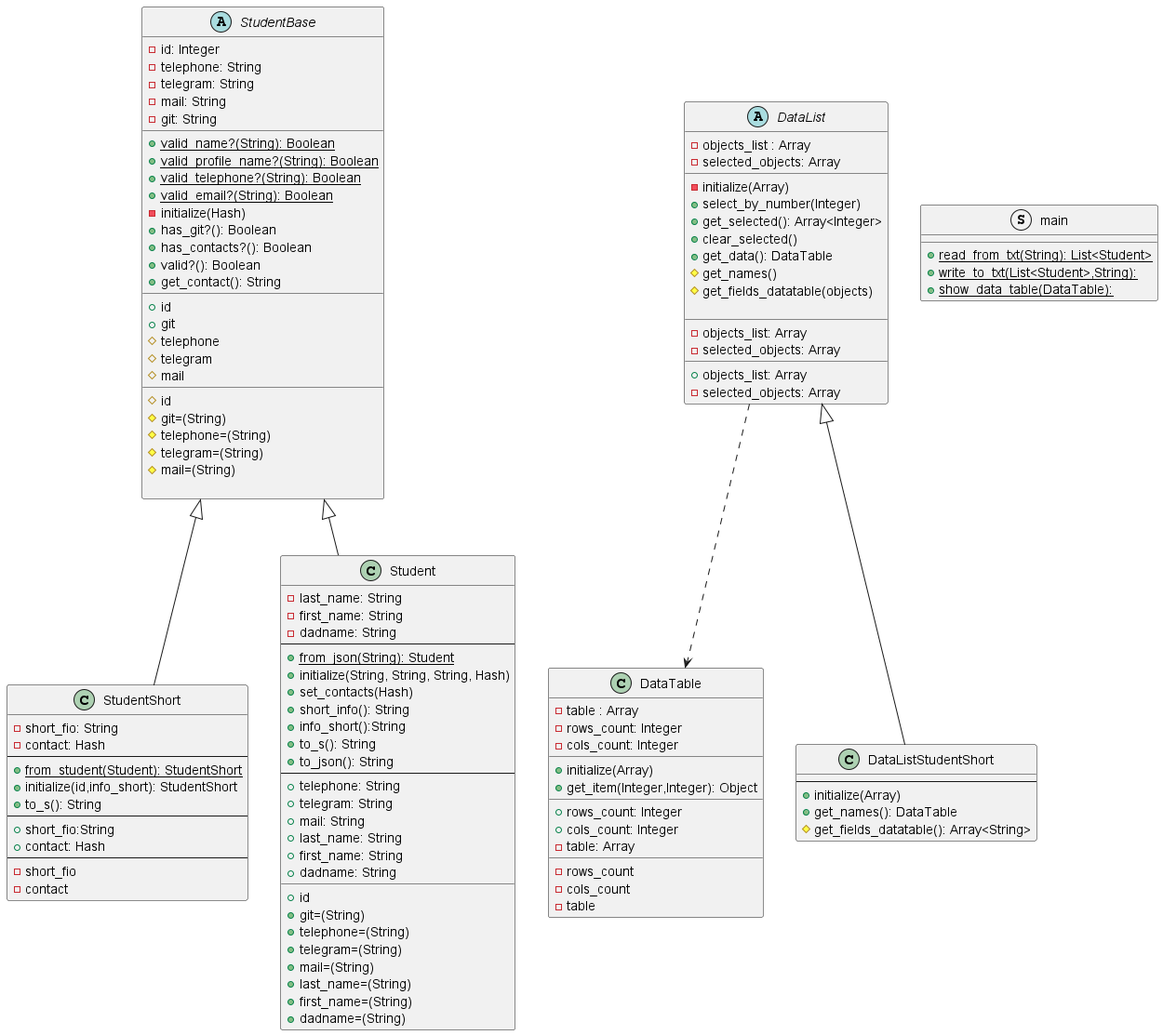
Above: LR2/diagram/StudentClassDiagram.png in KREEAL/RubyLabs (PlantUML), before the change.
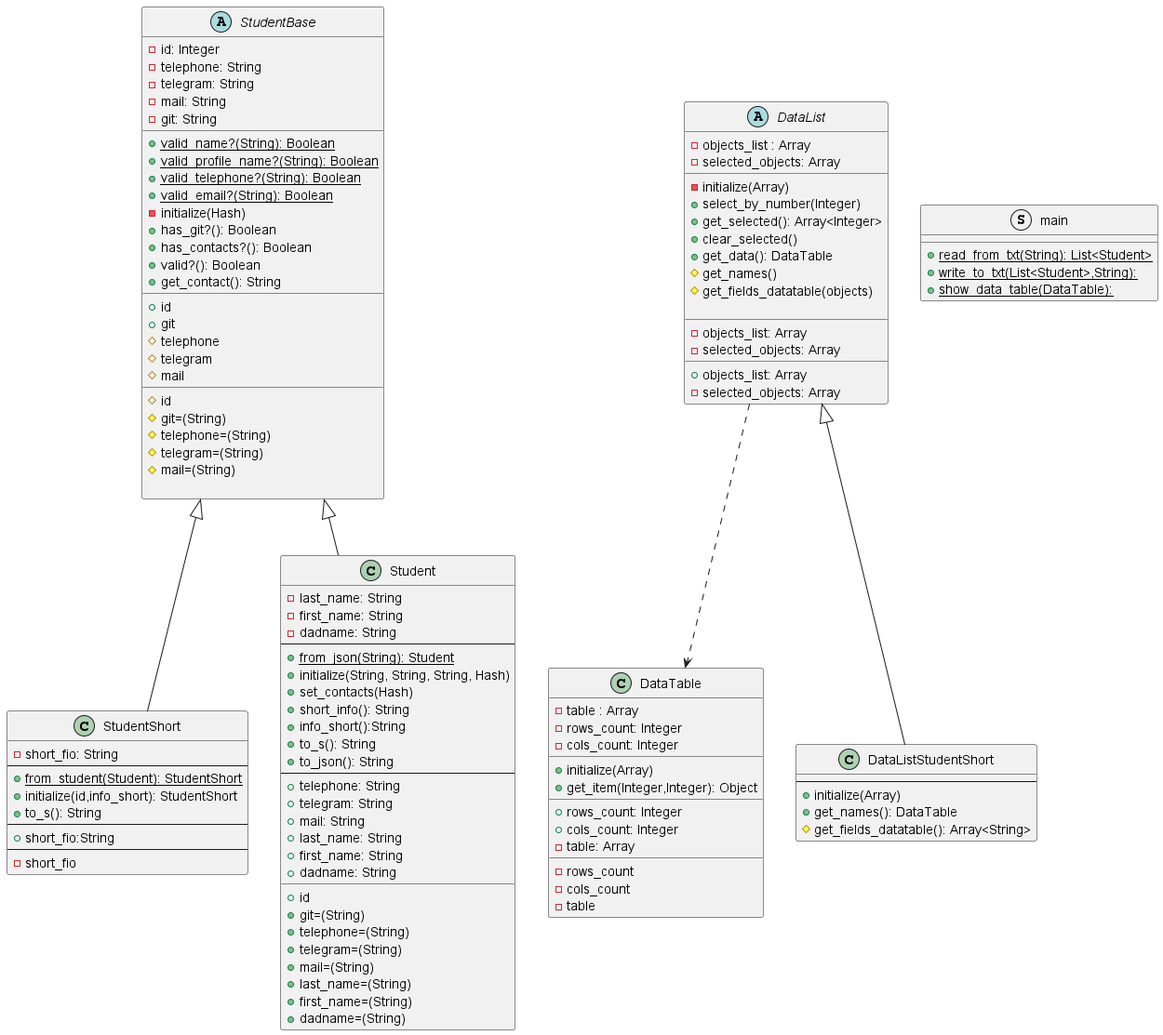
Later version of the same file.

What changed in the source:
```diff
@@ -31,17 +31,14 @@
 }
 class StudentShort extends StudentBase {
     -short_fio: String
-    -contact: Hash
     --
     +{static}from_student(Student): StudentShort
     +initialize(id,info_short): StudentShort
     +to_s(): String
     --
     +short_fio:String
-    +contact: Hash
     --
     -short_fio
-    -contact
 }
 class Student extends StudentBase{
     -last_name: String
```
